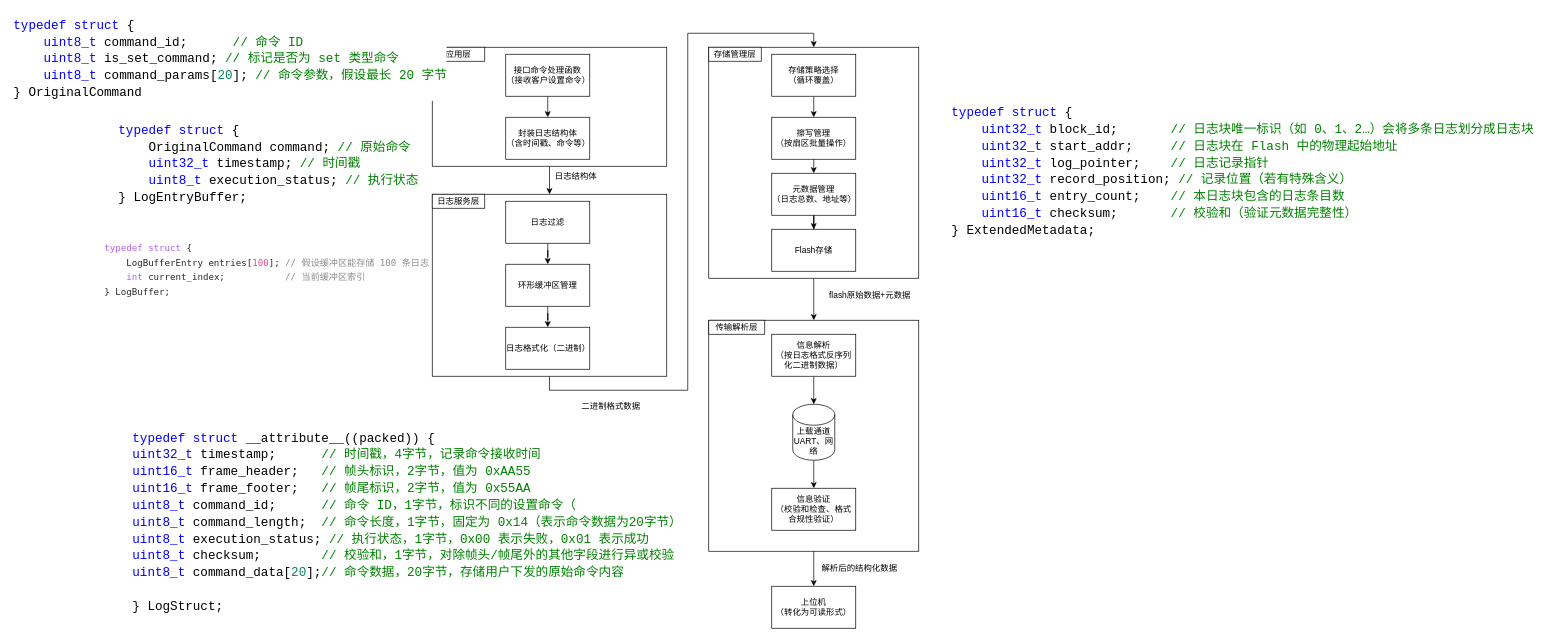
The draw.io diagram page "第 2 页" (2 of 10) of 未命名绘图1.drawio in WHUT-LHT/hello-world, before the edit. Source tidied: cells renumbered, new cells numbered last; positions are measured from the earlier drawing's top-left corner, leaving out a move shared by most shapes. Both pictures are drawn from the tidied source at 70%, with x=0, y=0 at pixel (12, 12).
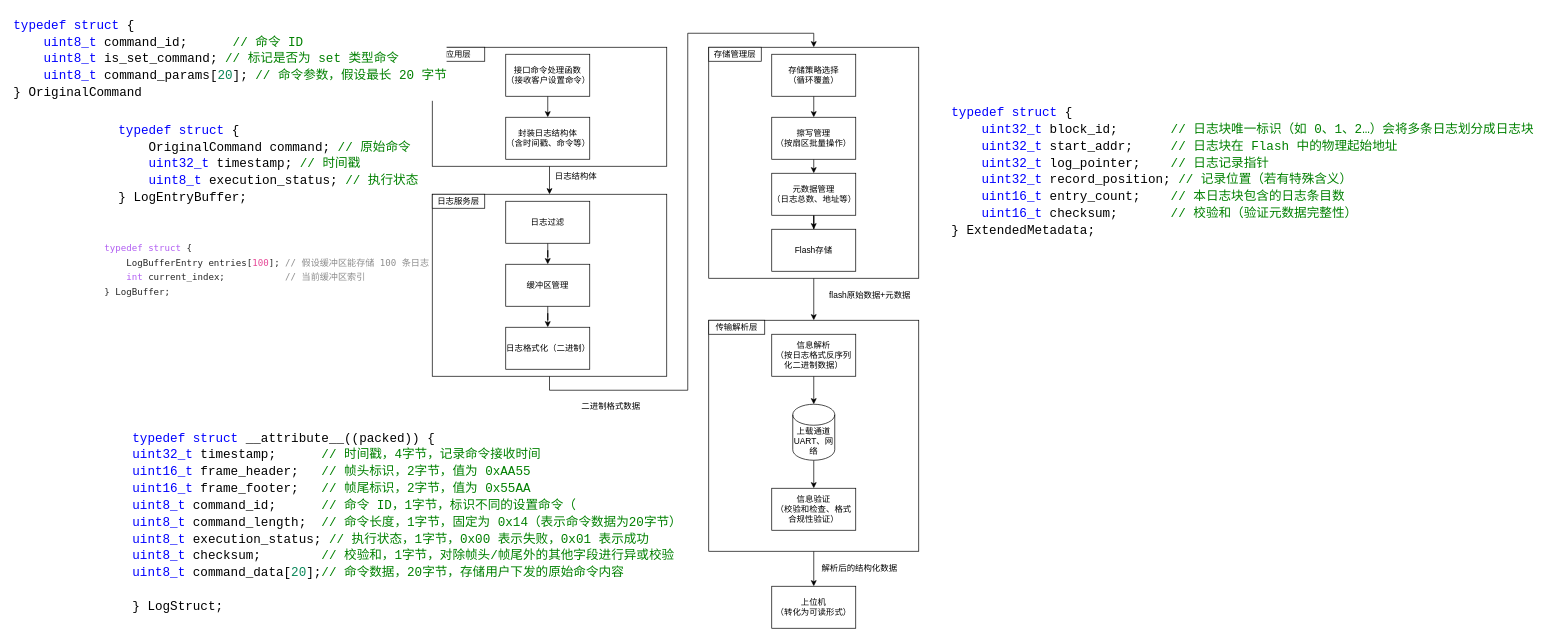
The same page after the edit.

What changed in the source:
```diff
@@
-    <mxCell id="13" value="环形缓冲区管理" style="rounded=0;whiteSpace=wrap;html=1;" parent="1" vertex="1">
+    <mxCell id="13" value="缓冲区管理" style="rounded=0;whiteSpace=wrap;html=1;" parent="1" vertex="1">
       <mxGeometry x="705" y="360" width="120" height="60" as="geometry" />
     </mxCell>
```
